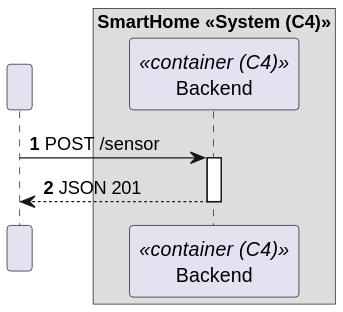
moutajDev/smarthome keeps this PlantUML diagram as docs/C4_4plus1_models/Level2/ProcessView/ProcessViewLevel2_UC07_v1.svg. Above is the earlier version.
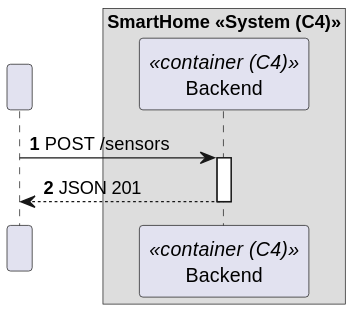
After the commit.

The edit, as a diff of the source:
```diff
@@ -9,7 +9,7 @@
     participant "Backend" as BE<<container (C4)>>
 end box
 
-HTTP -> BE : POST /sensor
+HTTP -> BE : POST /sensors
 activate BE
 
 BE --> HTTP : JSON 201
```
